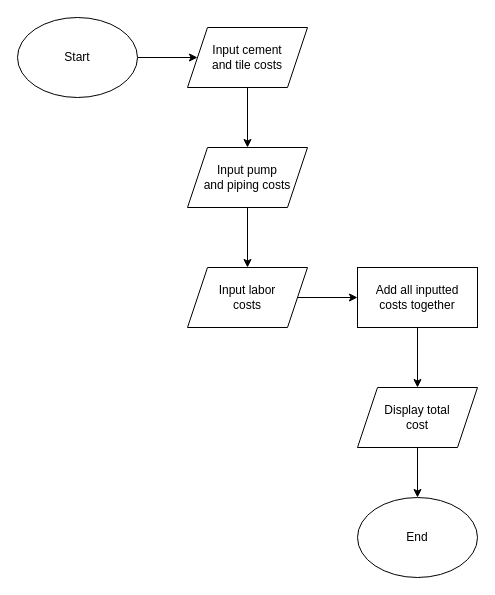
Before: C++/Fundamentals/1. Simple Calculators/4. Pool Cost/swimmingPoolCostFlowchart.drawio in darioGerussi/exploration, a draw.io diagram. Source tidied: cells renumbered, new cells numbered last; positions are measured from the earlier drawing's top-left corner, leaving out a move shared by most shapes. Both pictures are drawn from the tidied source at 100%, with x=0, y=0 at pixel (17, 17).
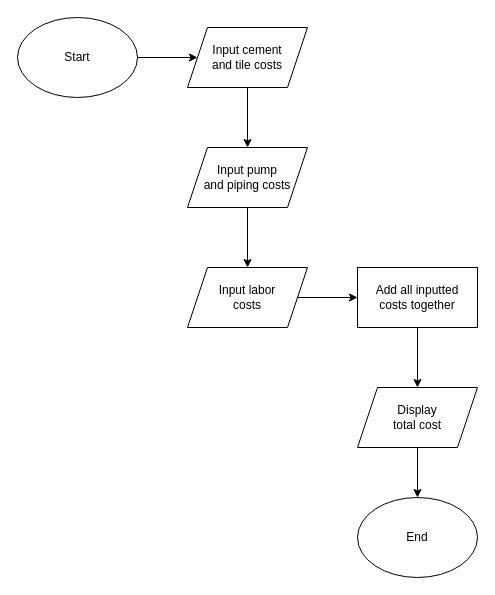
The same diagram, later.

Commit message (it also covers changes not shown here):
Update flowcharts for C++ simple calculators

The edit, as a diff of the source:
```diff
@@
 <mxGraphModel>
   <root>
     <mxCell id="0" />
     <mxCell id="1" parent="0" />
     <mxCell id="2" style="edgeStyle=none;html=1;entryX=0;entryY=0.5;entryDx=0;entryDy=0;" parent="1" edge="1" source="3" target="5">
       <mxGeometry relative="1" as="geometry" />
     </mxCell>
     <mxCell id="3" value="Start" style="ellipse;whiteSpace=wrap;html=1;" parent="1" vertex="1">
       <mxGeometry width="120" height="80" as="geometry" />
     </mxCell>
     <mxCell id="4" style="edgeStyle=none;html=1;entryX=0.5;entryY=0;entryDx=0;entryDy=0;" parent="1" edge="1" source="5" target="7">
       <mxGeometry relative="1" as="geometry" />
     </mxCell>
     <mxCell id="5" value="Input cement&lt;br&gt;and tile costs" style="shape=parallelogram;perimeter=parallelogramPerimeter;whiteSpace=wrap;html=1;fixedSize=1;" parent="1" vertex="1">
       <mxGeometry x="170" y="10" width="120" height="60" as="geometry" />
     </mxCell>
     <mxCell id="6" style="edgeStyle=none;html=1;entryX=0.5;entryY=0;entryDx=0;entryDy=0;" parent="1" edge="1" source="7" target="9">
       <mxGeometry relative="1" as="geometry" />
     </mxCell>
     <mxCell id="7" value="Input pump&lt;br&gt;and piping costs" style="shape=parallelogram;perimeter=parallelogramPerimeter;whiteSpace=wrap;html=1;fixedSize=1;" parent="1" vertex="1">
       <mxGeometry x="170" y="130" width="120" height="60" as="geometry" />
     </mxCell>
     <mxCell id="8" style="edgeStyle=none;html=1;entryX=0;entryY=0.5;entryDx=0;entryDy=0;" parent="1" edge="1" source="9" target="11">
       <mxGeometry relative="1" as="geometry" />
     </mxCell>
     <mxCell id="9" value="Input labor&lt;br&gt;costs" style="shape=parallelogram;perimeter=parallelogramPerimeter;whiteSpace=wrap;html=1;fixedSize=1;" parent="1" vertex="1">
       <mxGeometry x="170" y="250" width="120" height="60" as="geometry" />
     </mxCell>
     <mxCell id="10" style="edgeStyle=none;html=1;entryX=0.5;entryY=0;entryDx=0;entryDy=0;" parent="1" edge="1" source="11" target="13">
       <mxGeometry relative="1" as="geometry" />
     </mxCell>
     <mxCell id="11" value="Add all inputted&lt;br&gt;costs together" style="rounded=0;whiteSpace=wrap;html=1;" parent="1" vertex="1">
       <mxGeometry x="340" y="250" width="120" height="60" as="geometry" />
     </mxCell>
     <mxCell id="12" style="edgeStyle=none;html=1;entryX=0.5;entryY=0;entryDx=0;entryDy=0;" parent="1" edge="1" source="13" target="14">
       <mxGeometry relative="1" as="geometry" />
     </mxCell>
-    <mxCell id="13" value="Display total&lt;br&gt;cost" style="shape=parallelogram;perimeter=parallelogramPerimeter;whiteSpace=wrap;html=1;fixedSize=1;" parent="1" vertex="1">
+    <mxCell id="13" value="Display&lt;br&gt;total cost" style="shape=parallelogram;perimeter=parallelogramPerimeter;whiteSpace=wrap;html=1;fixedSize=1;" parent="1" vertex="1">
       <mxGeometry x="340" y="370" width="120" height="60" as="geometry" />
     </mxCell>
     <mxCell id="14" value="End" style="ellipse;whiteSpace=wrap;html=1;" parent="1" vertex="1">
       <mxGeometry x="340" y="480" width="120" height="80" as="geometry" />
     </mxCell>
   </root>
 </mxGraphModel>
```
